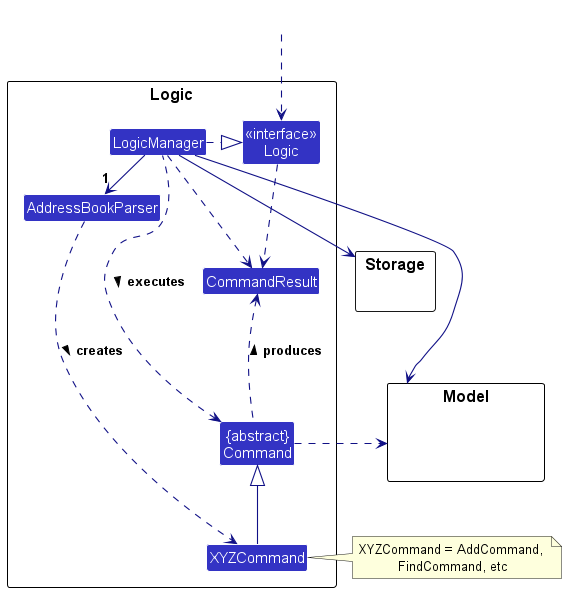
Earlier version of the PlantUML export docs/images/developer-guide/LogicClassDiagram.png (nus-cs2103-AY2324S1/tp).
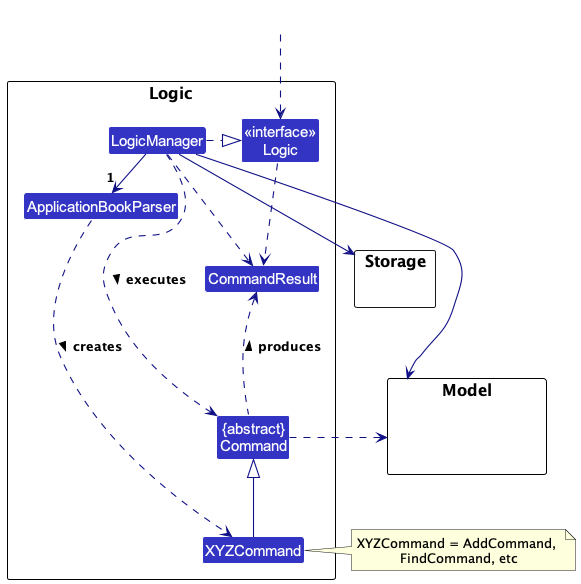
After the change.

Diff of the diagram source:
```diff
@@ -6,7 +6,7 @@
 
 package Logic as LogicPackage {
 
-Class AddressBookParser
+Class ApplicationBookParser
 Class XYZCommand
 Class CommandResult
 Class "{abstract}\nCommand" as Command
@@ -27,8 +27,8 @@
 HiddenOutside ..> Logic
 
 LogicManager .right.|> Logic
-LogicManager -right->"1" AddressBookParser
-AddressBookParser ..> XYZCommand : creates >
+LogicManager -right->"1" ApplicationBookParser
+ApplicationBookParser ..> XYZCommand : creates >
 
 XYZCommand -up-|> Command
 LogicManager .left.> Command : executes >
```
